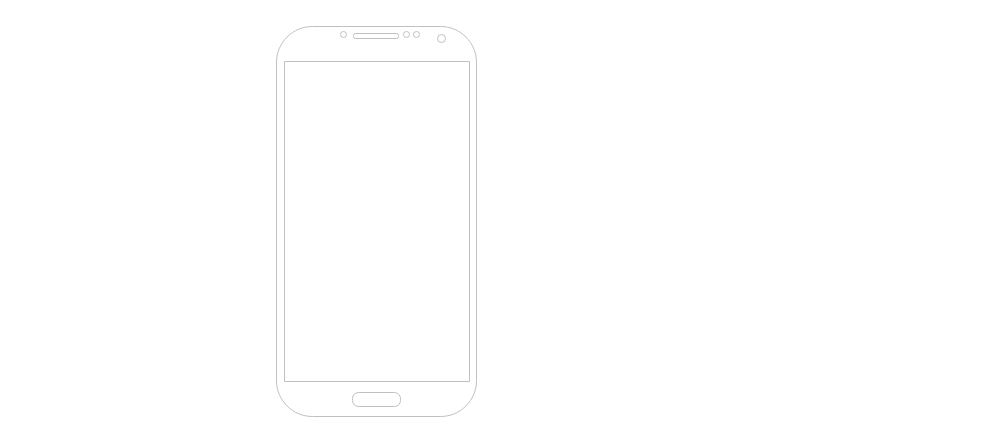
Above: SpeakBloom.drawio in derio123/speakbloom (draw.io), before the change. Source tidied: cells renumbered, new cells numbered last; positions are measured from the earlier drawing's top-left corner, leaving out a move shared by most shapes. Both pictures are drawn from the tidied source at 100%, with x=0, y=0 at pixel (276, 26).
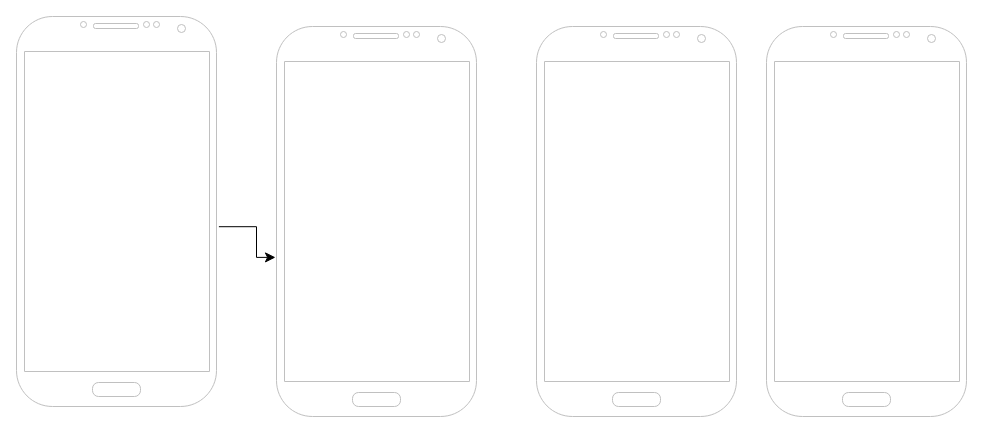
The same diagram, later.

Commit message:
Relacionando as telas

Change to the diagram source:
```diff
@@
 <mxGraphModel>
   <root>
     <mxCell id="0" />
     <mxCell id="1" parent="0" />
     <mxCell id="2" style="verticalLabelPosition=bottom;verticalAlign=top;html=1;shadow=0;dashed=0;strokeWidth=1;shape=mxgraph.android.phone2;strokeColor=#c0c0c0;" parent="1" vertex="1">
       <mxGeometry width="200" height="390" as="geometry" />
     </mxCell>
+    <mxCell id="3" style="verticalLabelPosition=bottom;verticalAlign=top;html=1;shadow=0;dashed=0;strokeWidth=1;shape=mxgraph.android.phone2;strokeColor=#c0c0c0;" parent="1" vertex="1">
+      <mxGeometry x="490" width="200" height="390" as="geometry" />
+    </mxCell>
+    <mxCell id="4" style="verticalLabelPosition=bottom;verticalAlign=top;html=1;shadow=0;dashed=0;strokeWidth=1;shape=mxgraph.android.phone2;strokeColor=#c0c0c0;" parent="1" vertex="1">
+      <mxGeometry x="260" width="200" height="390" as="geometry" />
+    </mxCell>
+    <mxCell id="5" style="verticalLabelPosition=bottom;verticalAlign=top;html=1;shadow=0;dashed=0;strokeWidth=1;shape=mxgraph.android.phone2;strokeColor=#c0c0c0;" parent="1" vertex="1">
+      <mxGeometry x="-260" y="-10" width="200" height="390" as="geometry" />
+    </mxCell>
+    <mxCell id="6" style="edgeStyle=segmentEdgeStyle;endArrow=classic;html=1;curved=0;rounded=0;endSize=8;startSize=8;sourcePerimeterSpacing=0;targetPerimeterSpacing=0;exitX=1.012;exitY=0.539;exitDx=0;exitDy=0;exitPerimeter=0;entryX=-0.005;entryY=0.592;entryDx=0;entryDy=0;entryPerimeter=0;" parent="1" edge="1" source="5" target="2">
+      <mxGeometry relative="1" as="geometry">
+        <Array as="points">
+          <mxPoint x="-20" y="200" />
+          <mxPoint x="-20" y="231" />
+        </Array>
+      </mxGeometry>
+    </mxCell>
   </root>
 </mxGraphModel>
```
